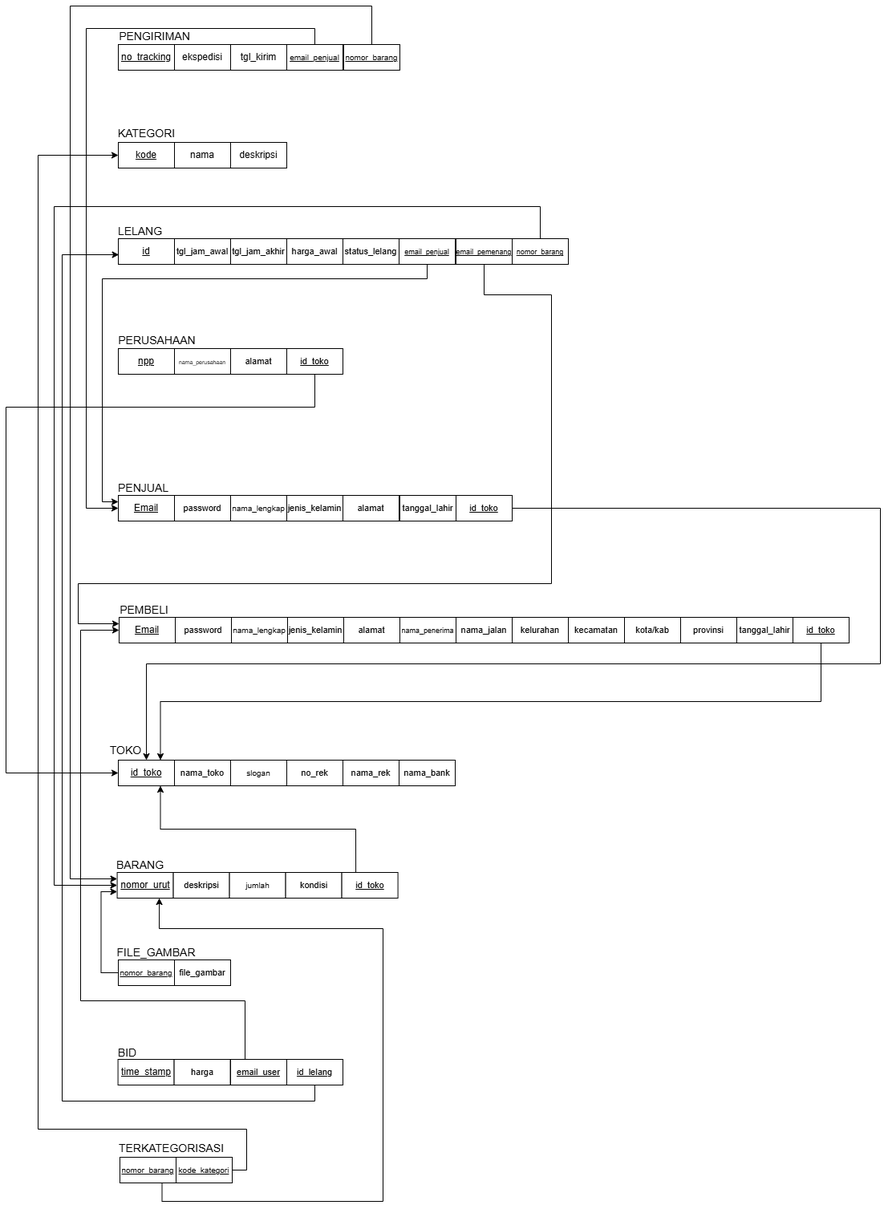
The draw.io diagram ti2_basdat.drawio.png in anthef/anthef, before a commit. Source tidied: cells renumbered, new cells last; positions are measured from the earlier drawing's top-left corner, leaving out a move shared by most shapes.
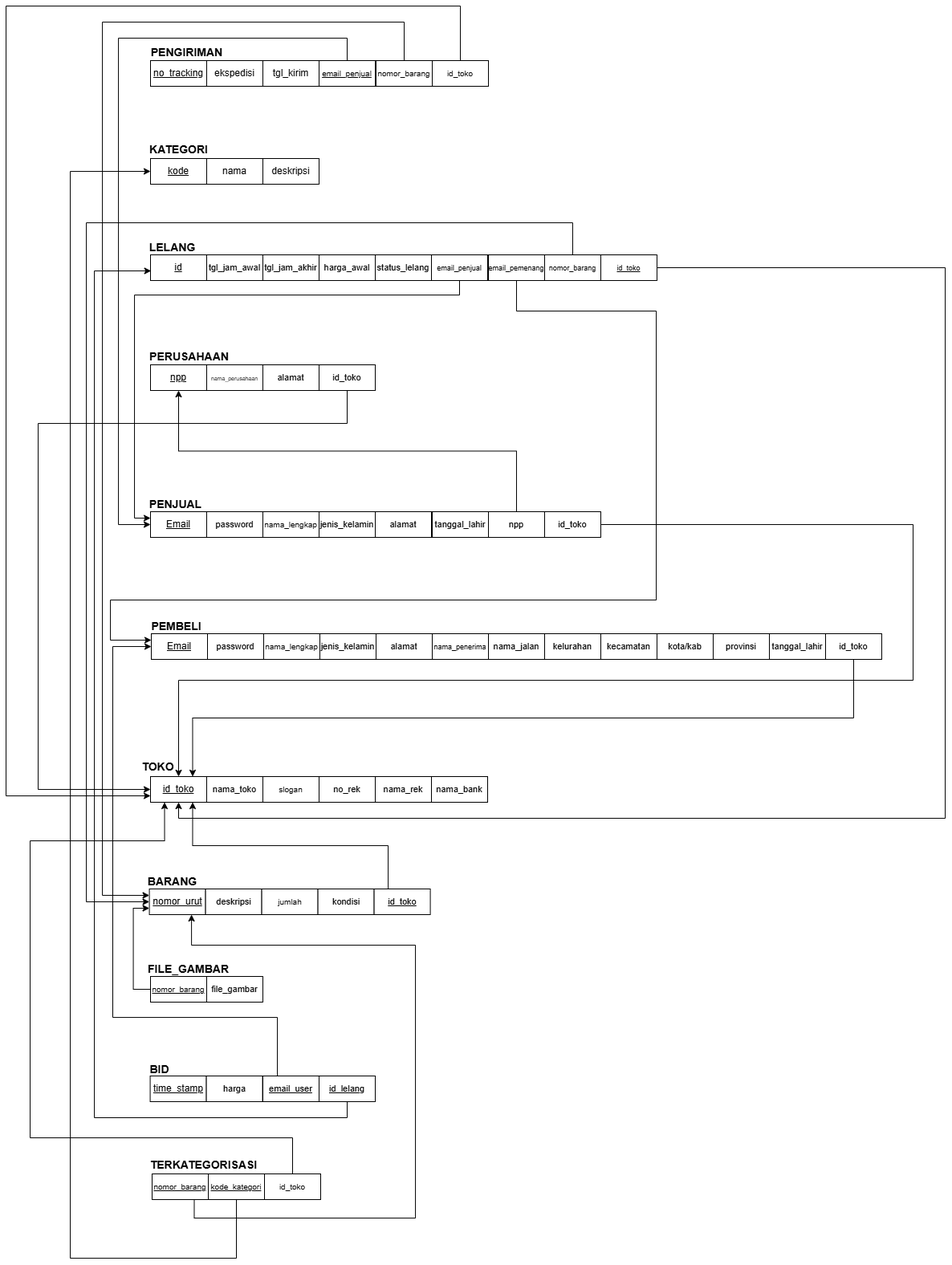
The same file after the commit.

What changed in the source:
```diff
@@ -5,7 +5,7 @@
     <mxCell id="2" style="group;" parent="1" vertex="1">
       <mxGeometry x="127" y="18" width="223" height="62" as="geometry" />
     </mxCell>
-    <mxCell id="3" value="&lt;font style=&quot;font-size: 14px;&quot;&gt;PENGIRIMAN&lt;/font&gt;" style="text;html=1;align=center;verticalAlign=middle;strokeColor=none;fillColor=none;" parent="2" vertex="1">
+    <mxCell id="3" value="&lt;font style=&quot;font-size: 14px;&quot;&gt;&lt;b&gt;PENGIRIMAN&lt;/b&gt;&lt;/font&gt;" style="text;html=1;align=center;verticalAlign=middle;strokeColor=none;fillColor=none;" parent="2" vertex="1">
       <mxGeometry x="3" y="5" width="110" height="30" as="geometry" />
     </mxCell>
     <mxCell id="4" value="&lt;u&gt;no_tracking&lt;/u&gt;" style="rounded=0;whiteSpace=wrap;html=1;" parent="2" vertex="1">
@@ -20,8 +20,8 @@
     <mxCell id="7" style="group;" parent="1" vertex="1">
       <mxGeometry x="127" y="140" width="223" height="62" as="geometry" />
     </mxCell>
-    <mxCell id="8" value="&lt;font style=&quot;font-size: 14px;&quot;&gt;KATEGORI&lt;/font&gt;" style="text;html=1;align=center;verticalAlign=middle;strokeColor=none;fillColor=none;" parent="7" vertex="1">
-      <mxGeometry x="3" y="4" width="90" height="30" as="geometry" />
+    <mxCell id="8" value="&lt;font style=&quot;font-size: 14px;&quot;&gt;&lt;b&gt;KATEGORI&lt;/b&gt;&lt;/font&gt;" style="text;html=1;align=center;verticalAlign=middle;strokeColor=none;fillColor=none;" parent="7" vertex="1">
+      <mxGeometry x="-2" y="4" width="100" height="30" as="geometry" />
     </mxCell>
     <mxCell id="9" value="&lt;u&gt;kode&lt;/u&gt;" style="rounded=0;whiteSpace=wrap;html=1;" parent="7" vertex="1">
       <mxGeometry x="13" y="30" width="70" height="32" as="geometry" />
@@ -38,7 +38,7 @@
     <mxCell id="13" style="group;" parent="12" vertex="1">
       <mxGeometry width="223" height="62" as="geometry" />
     </mxCell>
-    <mxCell id="14" value="&lt;span style=&quot;font-size: 14px;&quot;&gt;LELANG&lt;/span&gt;" style="text;html=1;align=center;verticalAlign=middle;strokeColor=none;fillColor=none;" parent="13" vertex="1">
+    <mxCell id="14" value="&lt;span style=&quot;font-size: 14px;&quot;&gt;&lt;b&gt;LELANG&lt;/b&gt;&lt;/span&gt;" style="text;html=1;align=center;verticalAlign=middle;strokeColor=none;fillColor=none;" parent="13" vertex="1">
       <mxGeometry y="6" width="80" height="30" as="geometry" />
     </mxCell>
     <mxCell id="15" value="&lt;u&gt;id&lt;/u&gt;" style="rounded=0;whiteSpace=wrap;html=1;" parent="13" vertex="1">
@@ -59,7 +59,7 @@
     <mxCell id="20" style="group;" parent="1" vertex="1">
       <mxGeometry x="128" y="402" width="222" height="57" as="geometry" />
     </mxCell>
-    <mxCell id="21" value="&lt;span style=&quot;font-size: 14px;&quot;&gt;PERUSAHAAN&lt;/span&gt;" style="text;html=1;align=center;verticalAlign=middle;strokeColor=none;fillColor=none;" parent="20" vertex="1">
+    <mxCell id="21" value="&lt;span style=&quot;font-size: 14px;&quot;&gt;&lt;b&gt;PERUSAHAAN&lt;/b&gt;&lt;/span&gt;" style="text;html=1;align=center;verticalAlign=middle;strokeColor=none;fillColor=none;" parent="20" vertex="1">
       <mxGeometry width="120" height="30" as="geometry" />
     </mxCell>
     <mxCell id="22" style="group;" parent="20" vertex="1">
@@ -80,7 +80,7 @@
     <mxCell id="27" style="group;" parent="26" vertex="1">
       <mxGeometry width="223" height="62" as="geometry" />
     </mxCell>
-    <mxCell id="28" value="&lt;span style=&quot;font-size: 14px;&quot;&gt;PENJUAL&lt;/span&gt;" style="text;html=1;align=center;verticalAlign=middle;strokeColor=none;fillColor=none;" parent="27" vertex="1">
+    <mxCell id="28" value="&lt;span style=&quot;font-size: 14px;&quot;&gt;&lt;b&gt;PENJUAL&lt;/b&gt;&lt;/span&gt;" style="text;html=1;align=center;verticalAlign=middle;strokeColor=none;fillColor=none;" parent="27" vertex="1">
       <mxGeometry x="-1" y="6" width="90" height="30" as="geometry" />
     </mxCell>
     <mxCell id="29" value="&lt;u&gt;Email&lt;/u&gt;" style="rounded=0;whiteSpace=wrap;html=1;" parent="27" vertex="1">
@@ -104,8 +104,8 @@
     <mxCell id="35" style="group;" parent="34" vertex="1">
       <mxGeometry width="223" height="62" as="geometry" />
     </mxCell>
-    <mxCell id="36" value="&lt;span style=&quot;font-size: 14px;&quot;&gt;PEMBELI&lt;/span&gt;" style="text;html=1;align=center;verticalAlign=middle;strokeColor=none;fillColor=none;" parent="35" vertex="1">
-      <mxGeometry x="4" y="6" width="80" height="30" as="geometry" />
+    <mxCell id="36" value="&lt;span style=&quot;font-size: 14px;&quot;&gt;&lt;b&gt;PEMBELI&lt;/b&gt;&lt;/span&gt;" style="text;html=1;align=center;verticalAlign=middle;strokeColor=none;fillColor=none;" parent="35" vertex="1">
+      <mxGeometry x="-1" y="6" width="90" height="30" as="geometry" />
     </mxCell>
     <mxCell id="37" value="&lt;u&gt;Email&lt;/u&gt;" style="rounded=0;whiteSpace=wrap;html=1;" parent="35" vertex="1">
       <mxGeometry x="13" y="30" width="70" height="32" as="geometry" />
@@ -149,7 +149,7 @@
     <mxCell id="50" style="group;" parent="49" vertex="1">
       <mxGeometry width="223" height="62" as="geometry" />
     </mxCell>
-    <mxCell id="51" value="&lt;span style=&quot;font-size: 14px;&quot;&gt;TOKO&lt;/span&gt;" style="text;html=1;align=center;verticalAlign=middle;strokeColor=none;fillColor=none;" parent="50" vertex="1">
+    <mxCell id="51" value="&lt;span style=&quot;font-size: 14px;&quot;&gt;&lt;b&gt;TOKO&lt;/b&gt;&lt;/span&gt;" style="text;html=1;align=center;verticalAlign=middle;strokeColor=none;fillColor=none;" parent="50" vertex="1">
       <mxGeometry x="-8" y="3" width="60" height="30" as="geometry" />
     </mxCell>
     <mxCell id="52" value="&lt;u&gt;id_toko&lt;/u&gt;" style="rounded=0;whiteSpace=wrap;html=1;" parent="50" vertex="1">
@@ -179,7 +179,7 @@
     <mxCell id="60" style="group;" parent="59" vertex="1">
       <mxGeometry width="223" height="62" as="geometry" />
     </mxCell>
-    <mxCell id="61" value="&lt;span style=&quot;font-size: 14px;&quot;&gt;BARANG&lt;/span&gt;" style="text;html=1;align=center;verticalAlign=middle;strokeColor=none;fillColor=none;" parent="60" vertex="1">
+    <mxCell id="61" value="&lt;span style=&quot;font-size: 14px;&quot;&gt;&lt;b&gt;BARANG&lt;/b&gt;&lt;/span&gt;" style="text;html=1;align=center;verticalAlign=middle;strokeColor=none;fillColor=none;" parent="60" vertex="1">
       <mxGeometry x="1" y="6" width="80" height="30" as="geometry" />
     </mxCell>
     <mxCell id="62" value="&lt;u&gt;nomor_urut&lt;/u&gt;" style="rounded=0;whiteSpace=wrap;html=1;" parent="60" vertex="1">
@@ -200,7 +200,7 @@
     <mxCell id="67" style="group;" parent="1" vertex="1">
       <mxGeometry x="126" y="1185" width="433" height="62" as="geometry" />
     </mxCell>
-    <mxCell id="68" value="&lt;span style=&quot;font-size: 14px;&quot;&gt;BID&lt;/span&gt;" style="text;html=1;align=center;verticalAlign=middle;strokeColor=none;fillColor=none;" parent="1" vertex="1">
+    <mxCell id="68" value="&lt;span style=&quot;font-size: 14px;&quot;&gt;&lt;b&gt;BID&lt;/b&gt;&lt;/span&gt;" style="text;html=1;align=center;verticalAlign=middle;strokeColor=none;fillColor=none;" parent="1" vertex="1">
       <mxGeometry x="125.6" y="1290" width="50" height="30" as="geometry" />
     </mxCell>
     <mxCell id="69" value="&lt;u&gt;time_stamp&lt;/u&gt;" style="rounded=0;whiteSpace=wrap;html=1;" parent="1" vertex="1">
@@ -212,7 +212,7 @@
     <mxCell id="71" style="group;" parent="1" vertex="1">
       <mxGeometry x="127" y="1165" width="153" height="56" as="geometry" />
     </mxCell>
-    <mxCell id="72" value="&lt;span style=&quot;font-size: 14px;&quot;&gt;FILE_GAMBAR&lt;/span&gt;" style="text;html=1;align=center;verticalAlign=middle;strokeColor=none;fillColor=none;" parent="71" vertex="1">
+    <mxCell id="72" value="&lt;span style=&quot;font-size: 14px;&quot;&gt;&lt;b&gt;FILE_GAMBAR&lt;/b&gt;&lt;/span&gt;" style="text;html=1;align=center;verticalAlign=middle;strokeColor=none;fillColor=none;" parent="71" vertex="1">
       <mxGeometry width="120" height="30" as="geometry" />
     </mxCell>
     <mxCell id="73" value="&lt;u&gt;&lt;font style=&quot;font-size: 10px;&quot;&gt;nomor_barang&lt;/font&gt;&lt;/u&gt;" style="rounded=0;whiteSpace=wrap;html=1;" parent="71" vertex="1">
@@ -241,8 +241,8 @@
       <mxGeometry relative="1" as="geometry">
         <Array as="points">
           <mxPoint x="596" y="360" />
-          <mxPoint x="680" y="360" />
-          <mxPoint x="680" y="720" />
+          <mxPoint x="770" y="360" />
+          <mxPoint x="770" y="720" />
           <mxPoint x="90" y="720" />
           <mxPoint x="90" y="770" />
         </Array>
@@ -257,7 +257,7 @@
         </Array>
       </mxGeometry>
     </mxCell>
-    <mxCell id="80" value="&lt;font style=&quot;font-size: 9px;&quot;&gt;&lt;u&gt;email_penjual&lt;/u&gt;&lt;/font&gt;" style="rounded=0;whiteSpace=wrap;html=1;" parent="1" vertex="1">
+    <mxCell id="80" value="&lt;font style=&quot;font-size: 9px;&quot;&gt;email_penjual&lt;/font&gt;" style="rounded=0;whiteSpace=wrap;html=1;" parent="1" vertex="1">
       <mxGeometry x="490" y="290" width="70" height="32" as="geometry" />
     </mxCell>
     <mxCell id="81" style="edgeStyle=orthogonalEdgeStyle;rounded=0;jettySize=auto;html=1;exitX=0.5;exitY=1;exitDx=0;exitDy=0;entryX=0.01;entryY=0.625;entryDx=0;entryDy=0;entryPerimeter=0;" parent="1" edge="1" source="82" target="15">
@@ -281,14 +281,14 @@
     <mxCell id="85" value="&lt;font style=&quot;font-size: 11px;&quot;&gt;tanggal_lahir&lt;/font&gt;" style="rounded=0;whiteSpace=wrap;html=1;" parent="1" vertex="1">
       <mxGeometry x="911" y="762" width="70" height="32" as="geometry" />
     </mxCell>
-    <mxCell id="86" value="&lt;font style=&quot;font-size: 9px;&quot;&gt;&lt;u&gt;email_pemenang&lt;/u&gt;&lt;/font&gt;" style="rounded=0;whiteSpace=wrap;html=1;" parent="1" vertex="1">
+    <mxCell id="86" value="&lt;font style=&quot;font-size: 9px;&quot;&gt;email_pemenang&lt;/font&gt;" style="rounded=0;whiteSpace=wrap;html=1;" parent="1" vertex="1">
       <mxGeometry x="561" y="290" width="70" height="32" as="geometry" />
     </mxCell>
     <mxCell id="87" style="edgeStyle=orthogonalEdgeStyle;rounded=0;jettySize=auto;html=1;exitX=0.5;exitY=0;exitDx=0;exitDy=0;entryX=0;entryY=0.5;entryDx=0;entryDy=0;" parent="1" edge="1" source="88" target="29">
       <mxGeometry relative="1" as="geometry">
         <Array as="points">
-          <mxPoint x="385" y="28" />
-          <mxPoint x="100" y="28" />
+          <mxPoint x="385" y="20" />
+          <mxPoint x="100" y="20" />
           <mxPoint x="100" y="626" />
         </Array>
       </mxGeometry>
@@ -305,7 +305,7 @@
         </Array>
       </mxGeometry>
     </mxCell>
-    <mxCell id="90" value="&lt;u&gt;&lt;font style=&quot;font-size: 10px;&quot;&gt;nomor_barang&lt;/font&gt;&lt;/u&gt;" style="rounded=0;whiteSpace=wrap;html=1;" parent="1" vertex="1">
+    <mxCell id="90" value="&lt;font style=&quot;font-size: 10px;&quot;&gt;nomor_barang&lt;/font&gt;" style="rounded=0;whiteSpace=wrap;html=1;" parent="1" vertex="1">
       <mxGeometry x="421" y="48" width="70" height="32" as="geometry" />
     </mxCell>
     <mxCell id="91" style="edgeStyle=orthogonalEdgeStyle;rounded=0;jettySize=auto;html=1;exitX=0.5;exitY=0;exitDx=0;exitDy=0;entryX=0;entryY=0.5;entryDx=0;entryDy=0;" parent="1" edge="1" source="92" target="62">
@@ -317,14 +317,14 @@
         </Array>
       </mxGeometry>
     </mxCell>
-    <mxCell id="92" value="&lt;font style=&quot;font-size: 9px;&quot;&gt;&lt;u&gt;nomor_barang&lt;/u&gt;&lt;/font&gt;" style="rounded=0;whiteSpace=wrap;html=1;" parent="1" vertex="1">
+    <mxCell id="92" value="&lt;font style=&quot;font-size: 9px;&quot;&gt;nomor_barang&lt;/font&gt;" style="rounded=0;whiteSpace=wrap;html=1;" parent="1" vertex="1">
       <mxGeometry x="631" y="290" width="70" height="32" as="geometry" />
     </mxCell>
     <mxCell id="93" style="group;" parent="1" vertex="1">
       <mxGeometry x="129" y="1405" width="223" height="62" as="geometry" />
     </mxCell>
-    <mxCell id="94" value="&lt;span style=&quot;font-size: 14px;&quot;&gt;TERKATEGORISASI&lt;/span&gt;" style="text;html=1;align=center;verticalAlign=middle;strokeColor=none;fillColor=none;" parent="93" vertex="1">
-      <mxGeometry x="2" y="4" width="150" height="30" as="geometry" />
+    <mxCell id="94" value="&lt;span style=&quot;font-size: 14px;&quot;&gt;&lt;b&gt;TERKATEGORISASI&lt;/b&gt;&lt;/span&gt;" style="text;html=1;align=center;verticalAlign=middle;strokeColor=none;fillColor=none;" parent="93" vertex="1">
+      <mxGeometry x="-3" y="4" width="160" height="30" as="geometry" />
     </mxCell>
     <mxCell id="95" value="&lt;u&gt;&lt;font style=&quot;font-size: 10px;&quot;&gt;nomor_barang&lt;/font&gt;&lt;/u&gt;" style="rounded=0;whiteSpace=wrap;html=1;" parent="93" vertex="1">
       <mxGeometry x="13" y="30" width="70" height="32" as="geometry" />
@@ -332,6 +332,9 @@
     <mxCell id="96" value="&lt;font style=&quot;font-size: 10px;&quot;&gt;&lt;u&gt;kode_kategori&lt;/u&gt;&lt;/font&gt;" style="rounded=0;whiteSpace=wrap;html=1;" parent="93" vertex="1">
       <mxGeometry x="83" y="30" width="70" height="32" as="geometry" />
     </mxCell>
+    <mxCell id="105" value="&lt;span style=&quot;font-size: 10px;&quot;&gt;id_toko&lt;/span&gt;" style="rounded=0;whiteSpace=wrap;html=1;" parent="93" vertex="1">
+      <mxGeometry x="153" y="30" width="70" height="32" as="geometry" />
+    </mxCell>
     <mxCell id="97" style="edgeStyle=orthogonalEdgeStyle;rounded=0;jettySize=auto;html=1;exitX=0.75;exitY=1;exitDx=0;exitDy=0;entryX=0.75;entryY=1;entryDx=0;entryDy=0;" parent="1" edge="1" source="95" target="62">
       <mxGeometry relative="1" as="geometry">
         <Array as="points">
@@ -342,23 +345,22 @@
         </Array>
       </mxGeometry>
     </mxCell>
-    <mxCell id="98" style="edgeStyle=orthogonalEdgeStyle;rounded=0;jettySize=auto;html=1;exitX=1;exitY=0.5;exitDx=0;exitDy=0;entryX=0;entryY=0.5;entryDx=0;entryDy=0;" parent="1" edge="1" source="96" target="9">
+    <mxCell id="98" style="edgeStyle=orthogonalEdgeStyle;rounded=0;jettySize=auto;html=1;entryX=0;entryY=0.5;entryDx=0;entryDy=0;exitX=0.5;exitY=1;exitDx=0;exitDy=0;" parent="1" edge="1" source="96" target="9">
       <mxGeometry relative="1" as="geometry">
         <Array as="points">
-          <mxPoint x="300" y="1451" />
-          <mxPoint x="300" y="1400" />
-          <mxPoint x="40" y="1400" />
+          <mxPoint x="247" y="1540" />
+          <mxPoint x="40" y="1540" />
           <mxPoint x="40" y="186" />
         </Array>
       </mxGeometry>
     </mxCell>
-    <mxCell id="99" value="&lt;font style=&quot;font-size: 11px;&quot;&gt;&lt;u&gt;id_toko&lt;/u&gt;&lt;/font&gt;" style="rounded=0;whiteSpace=wrap;html=1;" parent="1" vertex="1">
-      <mxGeometry x="561" y="610" width="70" height="32" as="geometry" />
+    <mxCell id="99" value="&lt;font style=&quot;font-size: 11px;&quot;&gt;id_toko&lt;/font&gt;" style="rounded=0;whiteSpace=wrap;html=1;" parent="1" vertex="1">
+      <mxGeometry x="631" y="610" width="70" height="32" as="geometry" />
     </mxCell>
     <mxCell id="100" style="edgeStyle=orthogonalEdgeStyle;rounded=0;jettySize=auto;html=1;exitX=0.5;exitY=1;exitDx=0;exitDy=0;entryX=0.75;entryY=0;entryDx=0;entryDy=0;" parent="1" edge="1" source="101" target="52">
       <mxGeometry relative="1" as="geometry" />
     </mxCell>
-    <mxCell id="101" value="&lt;font style=&quot;font-size: 11px;&quot;&gt;&lt;u&gt;id_toko&lt;/u&gt;&lt;/font&gt;" style="rounded=0;whiteSpace=wrap;html=1;" parent="1" vertex="1">
+    <mxCell id="101" value="&lt;font style=&quot;font-size: 11px;&quot;&gt;id_toko&lt;/font&gt;" style="rounded=0;whiteSpace=wrap;html=1;" parent="1" vertex="1">
       <mxGeometry x="981" y="762" width="70" height="32" as="geometry" />
     </mxCell>
     <mxCell id="102" style="edgeStyle=orthogonalEdgeStyle;rounded=0;jettySize=auto;html=1;exitX=0.5;exitY=1;exitDx=0;exitDy=0;entryX=0;entryY=0.5;entryDx=0;entryDy=0;" parent="1" edge="1" source="103" target="52">
@@ -370,7 +372,7 @@
         </Array>
       </mxGeometry>
     </mxCell>
-    <mxCell id="103" value="&lt;font style=&quot;font-size: 11px;&quot;&gt;&lt;u&gt;id_toko&lt;/u&gt;&lt;/font&gt;" style="rounded=0;whiteSpace=wrap;html=1;" parent="1" vertex="1">
+    <mxCell id="103" value="&lt;font style=&quot;font-size: 11px;&quot;&gt;id_toko&lt;/font&gt;" style="rounded=0;whiteSpace=wrap;html=1;" parent="1" vertex="1">
       <mxGeometry x="350" y="427" width="70" height="32" as="geometry" />
     </mxCell>
     <mxCell id="104" style="edgeStyle=orthogonalEdgeStyle;rounded=0;jettySize=auto;html=1;exitX=1;exitY=0.5;exitDx=0;exitDy=0;entryX=0.5;entryY=0;entryDx=0;entryDy=0;" parent="1" edge="1" source="99" target="52">
@@ -382,5 +384,45 @@
         </Array>
       </mxGeometry>
     </mxCell>
+    <mxCell id="106" style="edgeStyle=orthogonalEdgeStyle;rounded=0;jettySize=auto;html=1;exitX=0.5;exitY=0;exitDx=0;exitDy=0;entryX=0.5;entryY=1;entryDx=0;entryDy=0;" parent="1" edge="1" source="107" target="23">
+      <mxGeometry relative="1" as="geometry" />
+    </mxCell>
+    <mxCell id="107" value="&lt;font style=&quot;font-size: 11px;&quot;&gt;npp&lt;/font&gt;" style="rounded=0;whiteSpace=wrap;html=1;" parent="1" vertex="1">
+      <mxGeometry x="561" y="610" width="70" height="32" as="geometry" />
+    </mxCell>
+    <mxCell id="108" style="edgeStyle=orthogonalEdgeStyle;rounded=0;jettySize=auto;html=1;exitX=0.5;exitY=0;exitDx=0;exitDy=0;entryX=0;entryY=0.75;entryDx=0;entryDy=0;" parent="1" edge="1" source="109" target="52">
+      <mxGeometry relative="1" as="geometry">
+        <Array as="points">
+          <mxPoint x="526" y="-20" />
+          <mxPoint x="-40" y="-20" />
+          <mxPoint x="-40" y="964" />
+        </Array>
+      </mxGeometry>
+    </mxCell>
+    <mxCell id="109" value="&lt;font style=&quot;font-size: 10px;&quot;&gt;id_toko&lt;/font&gt;" style="rounded=0;whiteSpace=wrap;html=1;" parent="1" vertex="1">
+      <mxGeometry x="491" y="48" width="70" height="32" as="geometry" />
+    </mxCell>
+    <mxCell id="110" style="edgeStyle=orthogonalEdgeStyle;rounded=0;jettySize=auto;html=1;exitX=1;exitY=0.5;exitDx=0;exitDy=0;entryX=0.5;entryY=1;entryDx=0;entryDy=0;" parent="1" edge="1" source="111" target="52">
+      <mxGeometry relative="1" as="geometry">
+        <Array as="points">
+          <mxPoint x="1130" y="306" />
+          <mxPoint x="1130" y="992" />
+          <mxPoint x="175" y="992" />
+        </Array>
+      </mxGeometry>
+    </mxCell>
+    <mxCell id="111" value="&lt;font style=&quot;font-size: 9px;&quot;&gt;&lt;u&gt;id_toko&lt;/u&gt;&lt;/font&gt;" style="rounded=0;whiteSpace=wrap;html=1;" parent="1" vertex="1">
+      <mxGeometry x="701" y="290" width="70" height="32" as="geometry" />
+    </mxCell>
+    <mxCell id="112" style="edgeStyle=orthogonalEdgeStyle;rounded=0;jettySize=auto;html=1;exitX=0.5;exitY=0;exitDx=0;exitDy=0;entryX=0.25;entryY=1;entryDx=0;entryDy=0;" parent="1" edge="1" source="105" target="52">
+      <mxGeometry relative="1" as="geometry">
+        <Array as="points">
+          <mxPoint x="317" y="1390" />
+          <mxPoint x="-10" y="1390" />
+          <mxPoint x="-10" y="1020" />
+          <mxPoint x="158" y="1020" />
+        </Array>
+      </mxGeometry>
+    </mxCell>
   </root>
 </mxGraphModel>
```
